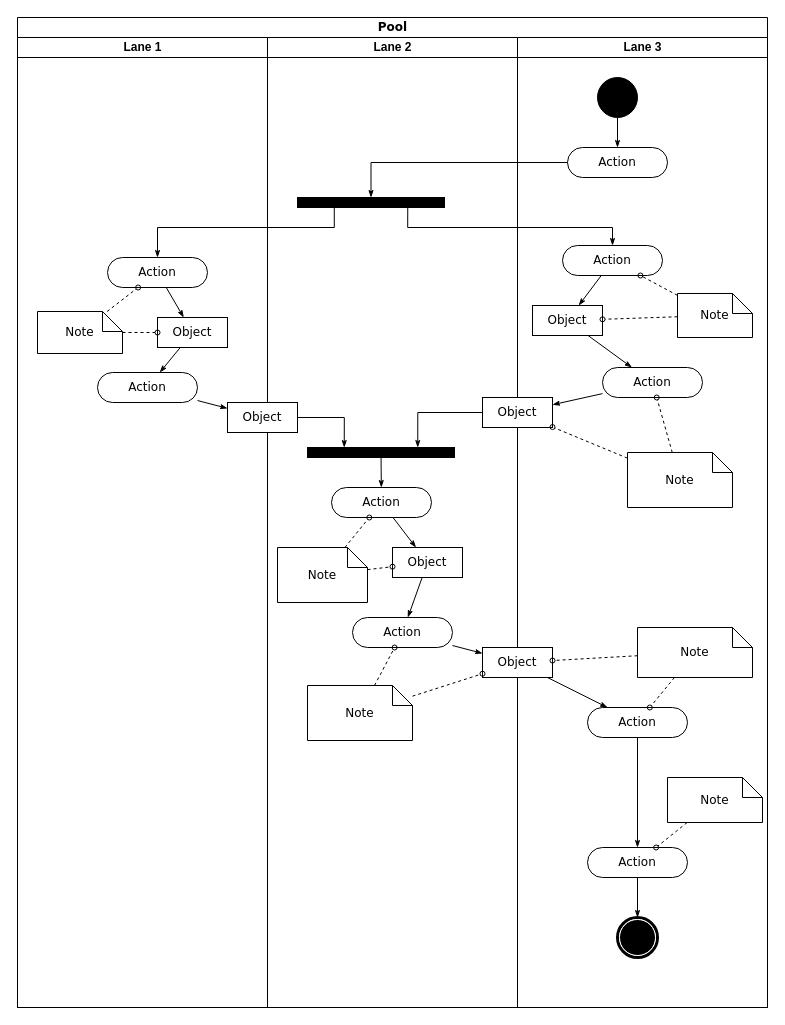
The draw.io diagram 20210727 Activity Diagram AKAProc.drawio in ardianozi18/berkibar, before the edit. Source tidied: cells renumbered, new cells numbered last; positions are measured from the earlier drawing's top-left corner, leaving out a move shared by most shapes. Both pictures are drawn from the tidied source at 100%, with x=0, y=0 at pixel (17, 17).
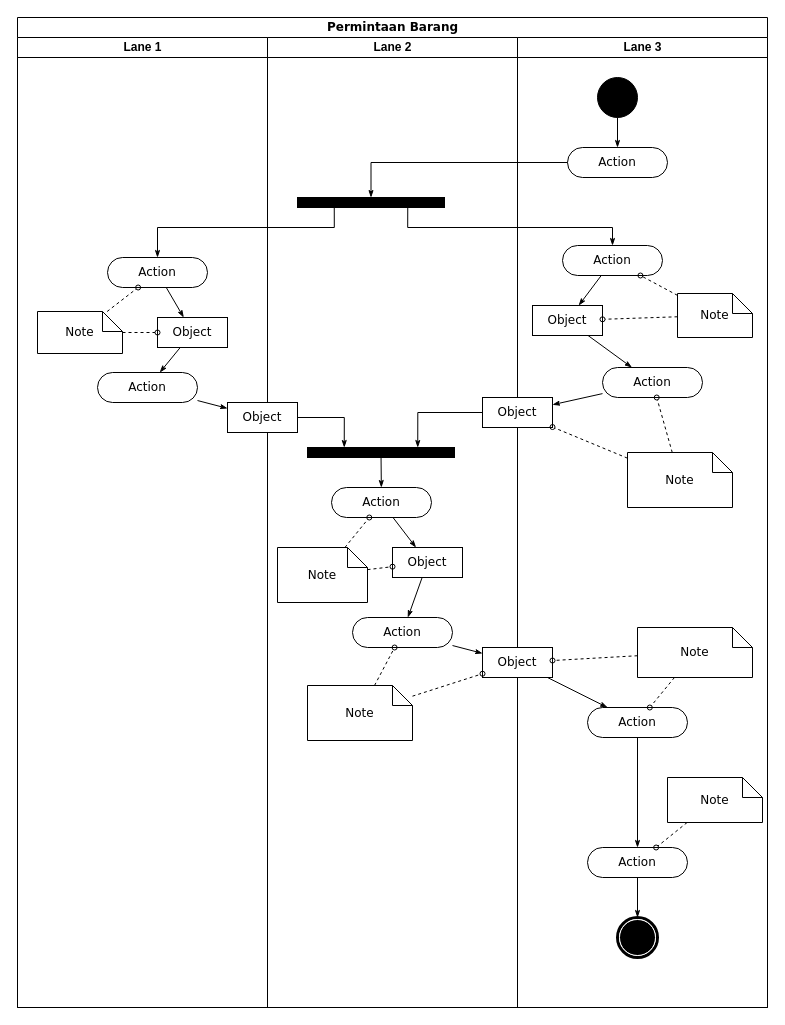
Above is the later version.

Change to the diagram source:
```diff
@@
-    <mxCell id="2" value="Pool" style="swimlane;html=1;startSize=20;rounded=0;shadow=0;comic=0;labelBackgroundColor=none;strokeWidth=1;fontFamily=Verdana;fontSize=12;align=center;" parent="1" vertex="1">
+    <mxCell id="2" value="Permintaan Barang" style="swimlane;html=1;startSize=20;rounded=0;shadow=0;comic=0;labelBackgroundColor=none;strokeWidth=1;fontFamily=Verdana;fontSize=12;align=center;" parent="1" vertex="1">
       <mxGeometry width="750" height="990" as="geometry" />
     </mxCell>
```
